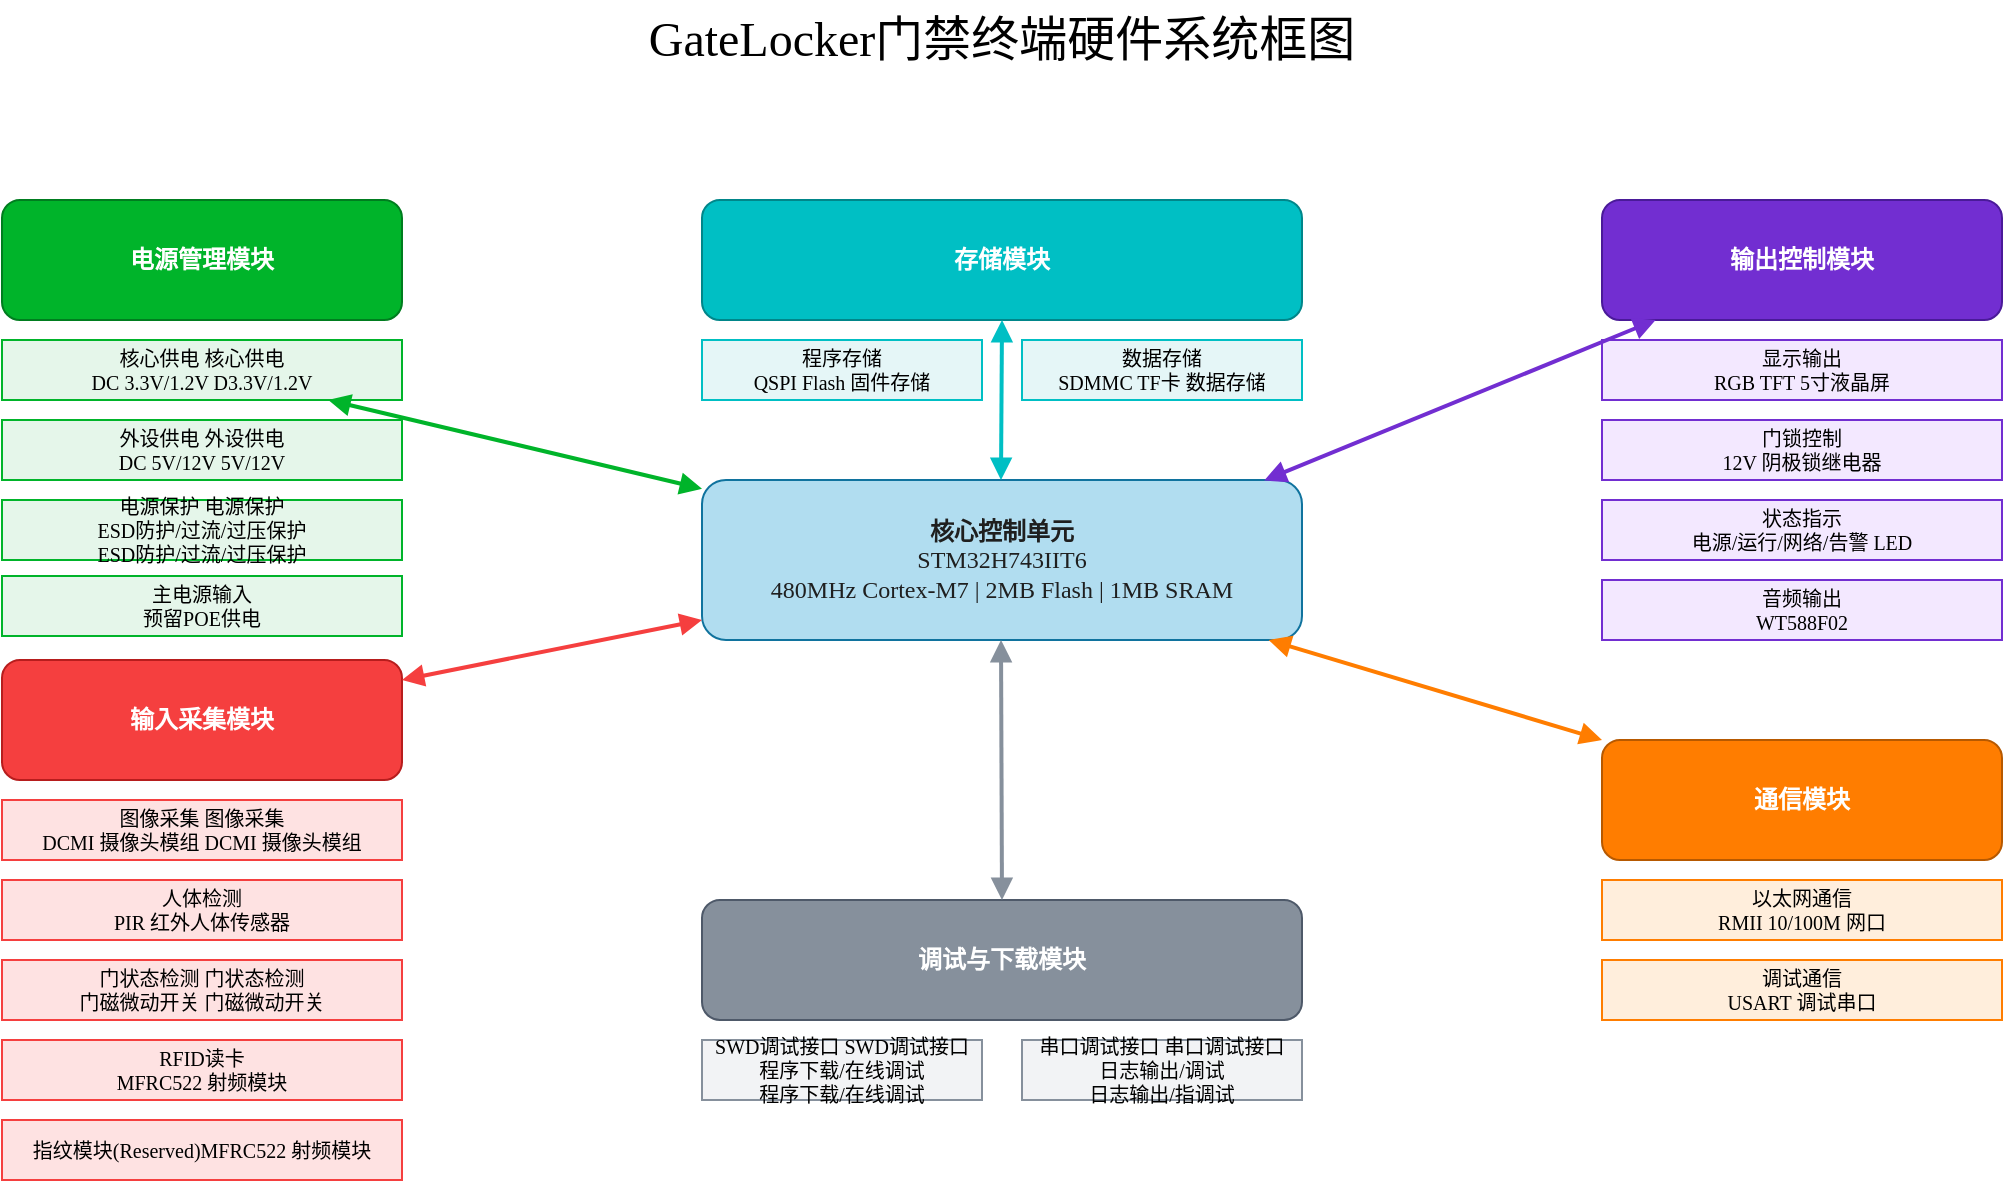
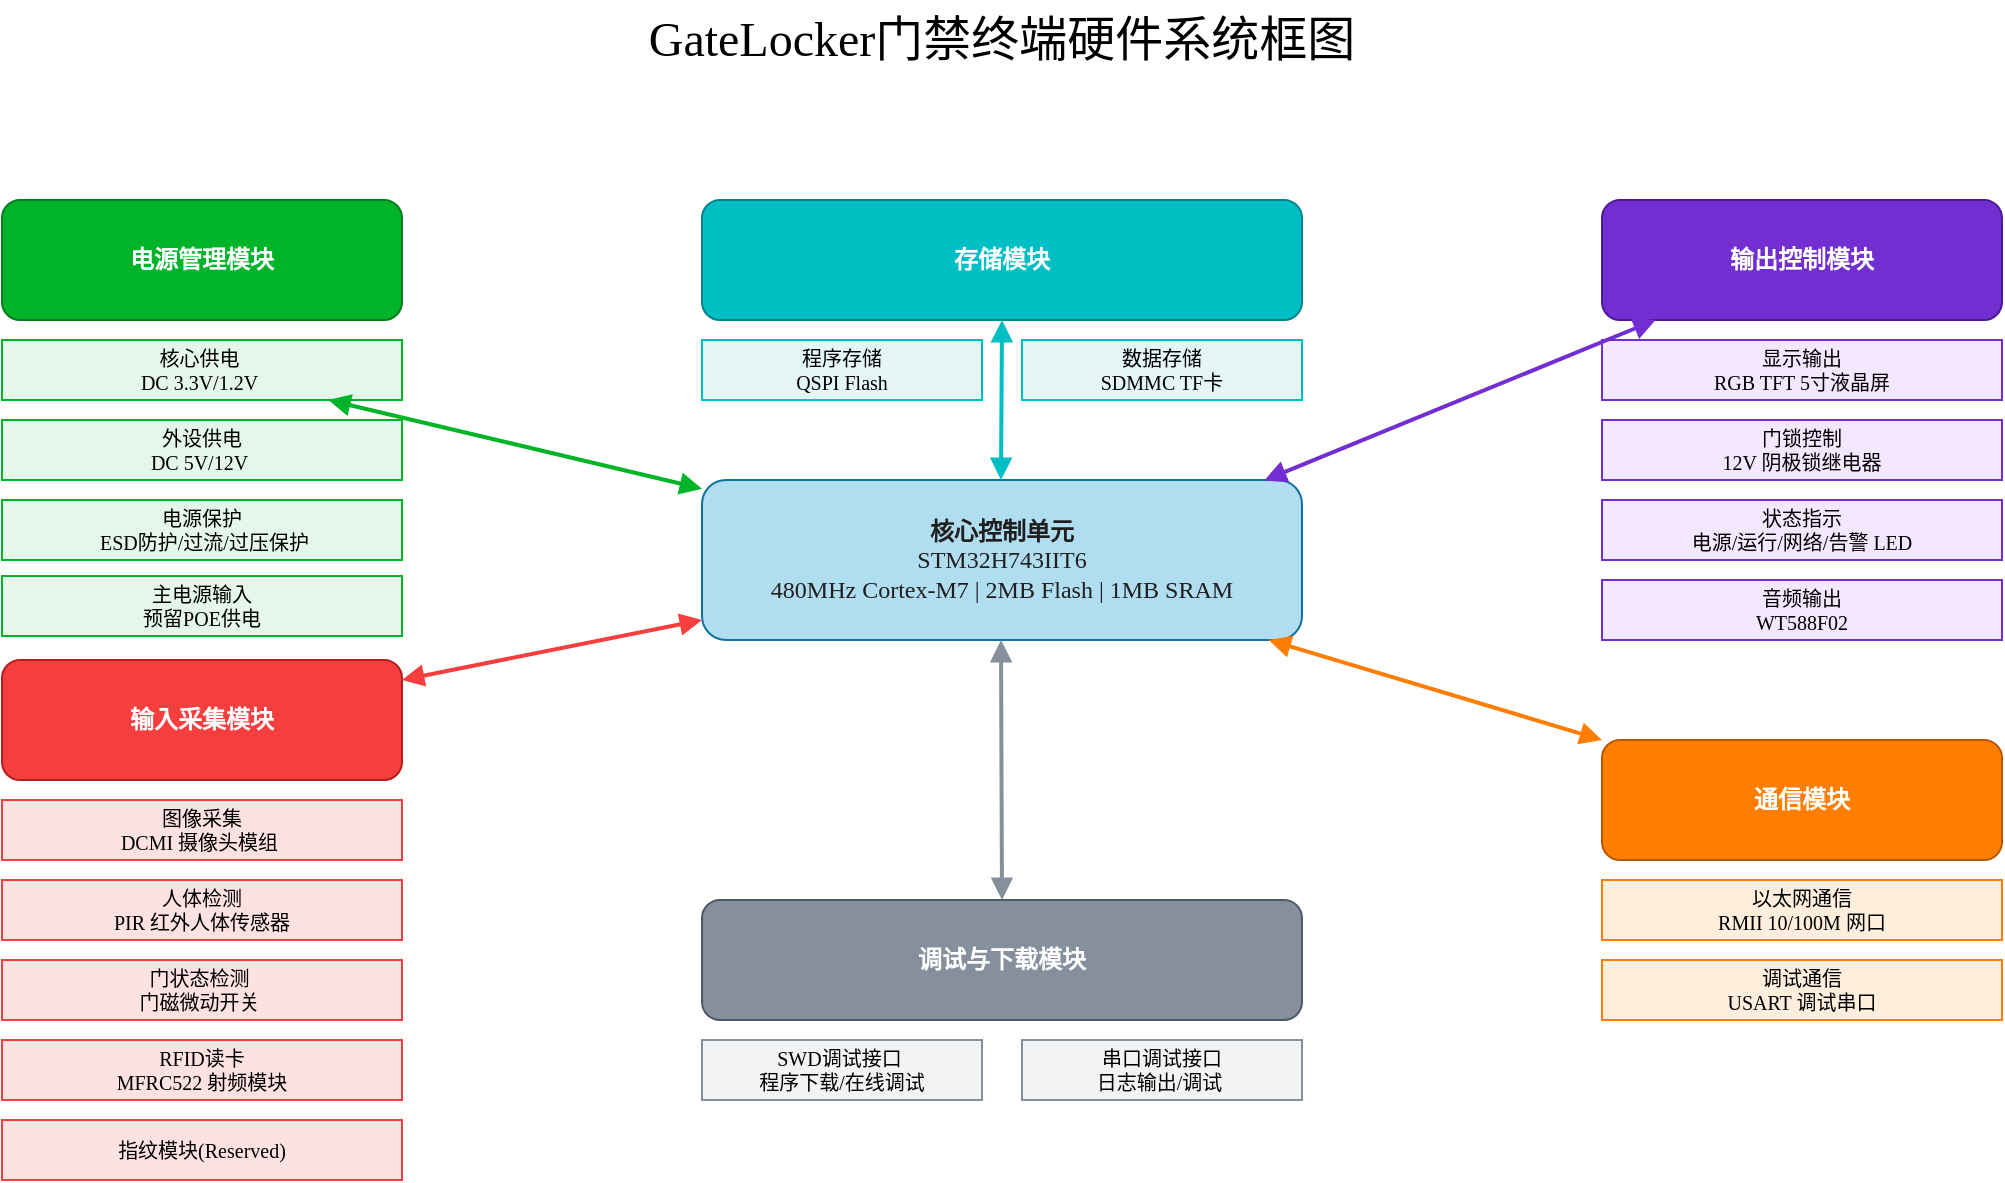
<mxfile host="app.diagrams.net">
  <diagram id="JjUnV6bOo0cUcBlsrNCr" name="GateLocker门禁终端硬件系统框图">
-     <mxGraphModel dx="1571" dy="840" grid="0" gridSize="10" guides="1" tooltips="1" connect="1" arrows="1" fold="1" page="0" pageScale="1" pageWidth="827" pageHeight="1169" math="0" shadow="0">
+     <mxGraphModel dx="1172" dy="637" grid="0" gridSize="10" guides="1" tooltips="1" connect="1" arrows="1" fold="1" page="0" pageScale="1" pageWidth="827" pageHeight="1169" math="0" shadow="0">
      <root>
        <mxCell id="0" />
        <mxCell id="1" parent="0" />
        <mxCell id="EOIqCzflqUVAwcGKjHEf-1" parent="1" style="text;html=1;strokeColor=none;fillColor=none;align=center;verticalAlign=middle;whiteSpace=wrap;rounded=0;fontSize=24;fontWeight=bold;fontFamily=微软雅黑" value="GateLocker门禁终端硬件系统框图" vertex="1">
          <mxGeometry height="40" width="400" x="440" y="60" as="geometry" />
        </mxCell>
        <mxCell id="EOIqCzflqUVAwcGKjHEf-2" parent="1" style="rounded=1;whiteSpace=wrap;html=1;fillColor=#b1ddf0;strokeColor=#10739e;align=center;verticalAlign=middle;fontSize=12;fontFamily=微软雅黑;fontWeight=bold;" value="&lt;span data-doubao-translate-traverse-mark=&quot;1&quot; data-doubao-translate-exclude-mark=&quot;1&quot;&gt;&lt;font style=&quot;color: rgb(31, 31, 31);&quot;&gt;&lt;b data-doubao-translate-traverse-mark=&quot;1&quot; data-doubao-translate-exclude-mark=&quot;1&quot; style=&quot;&quot;&gt;核心控制单元&lt;/b&gt;&lt;br data-doubao-translate-traverse-mark=&quot;1&quot;&gt;STM32H743IIT6&lt;br data-doubao-translate-traverse-mark=&quot;1&quot;&gt;480MHz Cortex-M7 | 2MB Flash | 1MB SRAM&lt;/font&gt;&lt;/span&gt;" vertex="1">
          <mxGeometry height="80" width="300" x="490" y="300" as="geometry" />
        </mxCell>
        <mxCell id="EOIqCzflqUVAwcGKjHEf-3" parent="1" style="rounded=1;whiteSpace=wrap;html=1;fillColor=#00B42A;strokeColor=#007D1F;fontColor=white;align=center;verticalAlign=middle;fontSize=12;fontFamily=微软雅黑;fontWeight=bold" value="&lt;b&gt;电源管理模块&lt;/b&gt;" vertex="1">
          <mxGeometry height="60" width="200" x="140" y="160" as="geometry" />
        </mxCell>
-         <mxCell id="EOIqCzflqUVAwcGKjHEf-4" parent="1" style="rounded=0;whiteSpace=wrap;html=1;fillColor=#E5F6EA;strokeColor=#00B42A;align=center;verticalAlign=middle;fontSize=10;fontFamily=微软雅黑" value="核心供电&lt;font class=&quot;__Cici__translate__ __Cici_translate_similar_text_content__&quot;&gt;&lt;font class=&quot;__Cici_translate_origin_node__&quot; style=&quot;display: none;&quot;&gt;核心供电&lt;/font&gt; &lt;font class=&quot;__Cici_translate_translated_inject_node__&quot; style=&quot;display: inline-block;&quot;&gt;&lt;span&gt;核心供电&lt;/span&gt;&lt;/font&gt;&lt;/font&gt;&lt;br data-doubao-translate-traverse-mark=&quot;1&quot;&gt;DC 3.3V/1.2V&lt;font class=&quot;__Cici__translate__ __Cici_translate_similar_text_content__&quot;&gt;&lt;font class=&quot;__Cici_translate_origin_node__&quot; style=&quot;display: none;&quot;&gt;D3.3V/1.2V&lt;/font&gt; &lt;font class=&quot;__Cici_translate_translated_inject_node__&quot; style=&quot;display: inline-block;&quot;&gt;&lt;span&gt;D3.3V/1.2V&lt;/span&gt;&lt;/font&gt;&lt;/font&gt;" vertex="1">
+         <mxCell id="EOIqCzflqUVAwcGKjHEf-4" parent="1" style="rounded=0;whiteSpace=wrap;html=1;fillColor=#E5F6EA;strokeColor=#00B42A;align=center;verticalAlign=middle;fontSize=10;fontFamily=微软雅黑" value="核心供电&lt;font class=&quot;__Cici__translate__ __Cici_translate_similar_text_content__&quot;&gt;&lt;font class=&quot;__Cici_translate_origin_node__&quot; style=&quot;display: none;&quot;&gt;核心供电&lt;/font&gt;&amp;nbsp;&lt;/font&gt;&lt;br data-doubao-translate-traverse-mark=&quot;1&quot;&gt;DC 3.3V/1.2V&lt;font class=&quot;__Cici__translate__ __Cici_translate_similar_text_content__&quot;&gt;&lt;font class=&quot;__Cici_translate_origin_node__&quot; style=&quot;display: none;&quot;&gt;D3.3V/1.2V&lt;/font&gt;&amp;nbsp;&lt;/font&gt;" vertex="1">
          <mxGeometry height="30" width="200" x="140" y="230" as="geometry" />
        </mxCell>
-         <mxCell id="EOIqCzflqUVAwcGKjHEf-5" parent="1" style="rounded=0;whiteSpace=wrap;html=1;fillColor=#E5F6EA;strokeColor=#00B42A;align=center;verticalAlign=middle;fontSize=10;fontFamily=微软雅黑" value="外设供电&lt;font class=&quot;__Cici__translate__ __Cici_translate_similar_text_content__&quot;&gt;&lt;font class=&quot;__Cici_translate_origin_node__&quot; style=&quot;display: none;&quot;&gt;外设供电&lt;/font&gt; &lt;font class=&quot;__Cici_translate_translated_inject_node__&quot; style=&quot;display: inline-block;&quot;&gt;&lt;span&gt;外设供电&lt;/span&gt;&lt;/font&gt;&lt;/font&gt;&lt;br data-doubao-translate-traverse-mark=&quot;1&quot;&gt;DC 5V/12V&lt;font class=&quot;__Cici__translate__ __Cici_translate_similar_text_content__&quot;&gt; &lt;font class=&quot;__Cici_translate_translated_inject_node__&quot; style=&quot;display: inline-block;&quot;&gt;&lt;span&gt;5V/12V&lt;/span&gt;&lt;/font&gt;&lt;/font&gt;" vertex="1">
+         <mxCell id="EOIqCzflqUVAwcGKjHEf-5" parent="1" style="rounded=0;whiteSpace=wrap;html=1;fillColor=#E5F6EA;strokeColor=#00B42A;align=center;verticalAlign=middle;fontSize=10;fontFamily=微软雅黑" value="外设供电&lt;br data-doubao-translate-traverse-mark=&quot;1&quot;&gt;DC 5V/12V&lt;font class=&quot;__Cici__translate__ __Cici_translate_similar_text_content__&quot;&gt;&amp;nbsp;&lt;/font&gt;" vertex="1">
          <mxGeometry height="30" width="200" x="140" y="270" as="geometry" />
        </mxCell>
-         <mxCell id="EOIqCzflqUVAwcGKjHEf-6" parent="1" style="rounded=0;whiteSpace=wrap;html=1;fillColor=#E5F6EA;strokeColor=#00B42A;align=center;verticalAlign=middle;fontSize=10;fontFamily=微软雅黑" value="电源保护&lt;font class=&quot;__Cici__translate__ __Cici_translate_similar_text_content__&quot;&gt;&lt;font class=&quot;__Cici_translate_origin_node__&quot; style=&quot;display: none;&quot;&gt;电源保护&lt;/font&gt; &lt;font class=&quot;__Cici_translate_translated_inject_node__&quot; style=&quot;display: inline-block;&quot;&gt;&lt;span&gt;电源保护&lt;/span&gt;&lt;/font&gt;&lt;/font&gt;&lt;br data-doubao-translate-traverse-mark=&quot;1&quot;&gt;ESD防护/过流/过压保护&lt;font class=&quot;__Cici__translate__ __Cici_translate_similar_text_content__&quot;&gt;&lt;font class=&quot;__Cici_translate_origin_node__&quot; style=&quot;display: none;&quot;&gt;ESD防护/过流/过压保护&lt;/font&gt; &lt;font class=&quot;__Cici_translate_translated_inject_node__&quot; style=&quot;display: inline-block;&quot;&gt;&lt;span&gt;ESD防护/过流/过压保护&lt;/span&gt;&lt;/font&gt;&lt;/font&gt;" vertex="1">
+         <mxCell id="EOIqCzflqUVAwcGKjHEf-6" parent="1" style="rounded=0;whiteSpace=wrap;html=1;fillColor=#E5F6EA;strokeColor=#00B42A;align=center;verticalAlign=middle;fontSize=10;fontFamily=微软雅黑" value="电源保护&lt;br data-doubao-translate-traverse-mark=&quot;1&quot;&gt;&lt;font class=&quot;__Cici__translate__ __Cici_translate_similar_text_content__&quot;&gt;&amp;nbsp;&lt;font class=&quot;__Cici_translate_translated_inject_node__&quot; style=&quot;display: inline-block;&quot;&gt;&lt;span&gt;ESD防护/过流/过压保护&lt;/span&gt;&lt;/font&gt;&lt;/font&gt;" vertex="1">
          <mxGeometry height="30" width="200" x="140" y="310" as="geometry" />
        </mxCell>
        <mxCell id="EOIqCzflqUVAwcGKjHEf-7" parent="1" style="rounded=1;whiteSpace=wrap;html=1;fillColor=#F53F3F;strokeColor=#B71D1D;fontColor=white;align=center;verticalAlign=middle;fontSize=12;fontFamily=微软雅黑;fontWeight=bold" value="&lt;b&gt;输入采集模块&lt;/b&gt;" vertex="1">
          <mxGeometry height="60" width="200" x="140" y="390" as="geometry" />
        </mxCell>
-         <mxCell id="EOIqCzflqUVAwcGKjHEf-8" parent="1" style="rounded=0;whiteSpace=wrap;html=1;fillColor=#FEE2E2;strokeColor=#F53F3F;align=center;verticalAlign=middle;fontSize=10;fontFamily=微软雅黑" value="图像采集&lt;font class=&quot;__Cici__translate__ __Cici_translate_similar_text_content__&quot;&gt;&lt;font class=&quot;__Cici_translate_origin_node__&quot; style=&quot;display: none;&quot;&gt;图像采集&lt;/font&gt; &lt;font class=&quot;__Cici_translate_translated_inject_node__&quot; style=&quot;display: inline-block;&quot;&gt;&lt;span&gt;图像采集&lt;/span&gt;&lt;/font&gt;&lt;/font&gt;&lt;br data-doubao-translate-traverse-mark=&quot;1&quot;&gt;DCMI 摄像头模组&lt;font class=&quot;__Cici__translate__ __Cici_translate_similar_text_content__&quot;&gt;&lt;font class=&quot;__Cici_translate_origin_node__&quot; style=&quot;display: none;&quot;&gt;DCMI 摄像头模组&lt;/font&gt; &lt;font class=&quot;__Cici_translate_translated_inject_node__&quot; style=&quot;display: inline-block;&quot;&gt;&lt;span&gt;DCMI 摄像头模组&lt;/span&gt;&lt;/font&gt;&lt;/font&gt;" vertex="1">
+         <mxCell id="EOIqCzflqUVAwcGKjHEf-8" parent="1" style="rounded=0;whiteSpace=wrap;html=1;fillColor=#FEE2E2;strokeColor=#F53F3F;align=center;verticalAlign=middle;fontSize=10;fontFamily=微软雅黑" value="图像采集&lt;br data-doubao-translate-traverse-mark=&quot;1&quot;&gt;DCMI 摄像头模组&lt;font class=&quot;__Cici__translate__ __Cici_translate_similar_text_content__&quot;&gt;&lt;font class=&quot;__Cici_translate_origin_node__&quot; style=&quot;display: none;&quot;&gt;DCMI 摄像头模组&lt;/font&gt;&amp;nbsp;&lt;/font&gt;" vertex="1">
          <mxGeometry height="30" width="200" x="140" y="460" as="geometry" />
        </mxCell>
        <mxCell id="EOIqCzflqUVAwcGKjHEf-9" parent="1" style="rounded=0;whiteSpace=wrap;html=1;fillColor=#FEE2E2;strokeColor=#F53F3F;align=center;verticalAlign=middle;fontSize=10;fontFamily=微软雅黑" value="人体检测&lt;br&gt;PIR 红外人体传感器" vertex="1">
          <mxGeometry height="30" width="200" x="140" y="500" as="geometry" />
        </mxCell>
-         <mxCell id="EOIqCzflqUVAwcGKjHEf-10" parent="1" style="rounded=0;whiteSpace=wrap;html=1;fillColor=#FEE2E2;strokeColor=#F53F3F;align=center;verticalAlign=middle;fontSize=10;fontFamily=微软雅黑" value="门状态检测&lt;font class=&quot;__Cici__translate__ __Cici_translate_similar_text_content__&quot;&gt;&lt;font class=&quot;__Cici_translate_origin_node__&quot; style=&quot;display: none;&quot;&gt;门状态检测&lt;/font&gt; &lt;font class=&quot;__Cici_translate_translated_inject_node__&quot; style=&quot;display: inline-block;&quot;&gt;&lt;span&gt;门状态检测&lt;/span&gt;&lt;/font&gt;&lt;/font&gt;&lt;br data-doubao-translate-traverse-mark=&quot;1&quot;&gt;门磁微动开关&lt;font class=&quot;__Cici__translate__ __Cici_translate_similar_text_content__&quot;&gt;&lt;font class=&quot;__Cici_translate_origin_node__&quot; style=&quot;display: none;&quot;&gt;门磁微动开关&lt;/font&gt; &lt;font class=&quot;__Cici_translate_translated_inject_node__&quot; style=&quot;display: inline-block;&quot;&gt;&lt;span&gt;门磁微动开关&lt;/span&gt;&lt;/font&gt;&lt;/font&gt;" vertex="1">
+         <mxCell id="EOIqCzflqUVAwcGKjHEf-10" parent="1" style="rounded=0;whiteSpace=wrap;html=1;fillColor=#FEE2E2;strokeColor=#F53F3F;align=center;verticalAlign=middle;fontSize=10;fontFamily=微软雅黑" value="门状态检测&lt;font class=&quot;__Cici__translate__ __Cici_translate_similar_text_content__&quot;&gt;&lt;font class=&quot;__Cici_translate_origin_node__&quot; style=&quot;display: none;&quot;&gt;门状态检测&lt;/font&gt;&amp;nbsp;&lt;/font&gt;&lt;br data-doubao-translate-traverse-mark=&quot;1&quot;&gt;门磁微动开关&lt;font class=&quot;__Cici__translate__ __Cici_translate_similar_text_content__&quot;&gt;&lt;font class=&quot;__Cici_translate_origin_node__&quot; style=&quot;display: none;&quot;&gt;门磁微动开关&lt;/font&gt;&amp;nbsp;&lt;/font&gt;" vertex="1">
          <mxGeometry height="30" width="200" x="140" y="540" as="geometry" />
        </mxCell>
        <mxCell id="EOIqCzflqUVAwcGKjHEf-11" parent="1" style="rounded=0;whiteSpace=wrap;html=1;fillColor=#FEE2E2;strokeColor=#F53F3F;align=center;verticalAlign=middle;fontSize=10;fontFamily=微软雅黑" value="RFID读卡&lt;br&gt;MFRC522 射频模块" vertex="1">
          <mxGeometry height="30" width="200" x="140" y="580" as="geometry" />
        </mxCell>
        <mxCell id="EOIqCzflqUVAwcGKjHEf-12" parent="1" style="rounded=1;whiteSpace=wrap;html=1;fillColor=#722ED1;strokeColor=#4A1A99;fontColor=white;align=center;verticalAlign=middle;fontSize=12;fontFamily=微软雅黑;fontWeight=bold" value="&lt;b&gt;输出控制模块&lt;/b&gt;" vertex="1">
          <mxGeometry height="60" width="200" x="940" y="160" as="geometry" />
        </mxCell>
        <mxCell id="EOIqCzflqUVAwcGKjHEf-13" parent="1" style="rounded=0;whiteSpace=wrap;html=1;fillColor=#F3E8FF;strokeColor=#722ED1;align=center;verticalAlign=middle;fontSize=10;fontFamily=微软雅黑" value="显示输出&lt;br&gt;RGB TFT 5寸液晶屏" vertex="1">
          <mxGeometry height="30" width="200" x="940" y="230" as="geometry" />
        </mxCell>
        <mxCell id="EOIqCzflqUVAwcGKjHEf-14" parent="1" style="rounded=0;whiteSpace=wrap;html=1;fillColor=#F3E8FF;strokeColor=#722ED1;align=center;verticalAlign=middle;fontSize=10;fontFamily=微软雅黑" value="门锁控制&lt;br&gt;12V 阴极锁继电器" vertex="1">
          <mxGeometry height="30" width="200" x="940" y="270" as="geometry" />
        </mxCell>
        <mxCell id="EOIqCzflqUVAwcGKjHEf-15" parent="1" style="rounded=0;whiteSpace=wrap;html=1;fillColor=#F3E8FF;strokeColor=#722ED1;align=center;verticalAlign=middle;fontSize=10;fontFamily=微软雅黑" value="状态指示&lt;br&gt;电源/运行/网络/告警 LED" vertex="1">
          <mxGeometry height="30" width="200" x="940" y="310" as="geometry" />
        </mxCell>
        <mxCell id="EOIqCzflqUVAwcGKjHEf-16" parent="1" style="rounded=0;whiteSpace=wrap;html=1;fillColor=#F3E8FF;strokeColor=#722ED1;align=center;verticalAlign=middle;fontSize=10;fontFamily=微软雅黑" value="音频输出&lt;font class=&quot;__Cici__translate__&quot; data-translating=&quot;true&quot;&gt;&lt;font class=&quot;__Cici_translate_origin_node__&quot; style=&quot;display: none;&quot;&gt;音频输出&lt;/font&gt;&lt;font class=&quot;__Cici_translate_loading__&quot; style=&quot;display: inline-block;&quot;&gt;&lt;i class=&quot;__Cici_translate_loading_inner__&quot;&gt;&lt;/i&gt;&lt;/font&gt;&lt;/font&gt;&lt;div data-doubao-translate-traverse-mark=&quot;1&quot;&gt;&lt;/div&gt;&lt;div data-doubao-translate-traverse-mark=&quot;1&quot; data-doubao-translate-exclude-mark=&quot;1&quot;&gt;WT588F02&lt;/div&gt;" vertex="1">
          <mxGeometry height="30" width="200" x="940" y="350" as="geometry" />
        </mxCell>
        <mxCell id="EOIqCzflqUVAwcGKjHEf-17" parent="1" style="rounded=1;whiteSpace=wrap;html=1;fillColor=#FF7D00;strokeColor=#B75900;fontColor=white;align=center;verticalAlign=middle;fontSize=12;fontFamily=微软雅黑;fontWeight=bold" value="&lt;b&gt;通信模块&lt;/b&gt;" vertex="1">
          <mxGeometry height="60" width="200" x="940" y="430" as="geometry" />
        </mxCell>
        <mxCell id="EOIqCzflqUVAwcGKjHEf-18" parent="1" style="rounded=0;whiteSpace=wrap;html=1;fillColor=#FFEEDC;strokeColor=#FF7D00;align=center;verticalAlign=middle;fontSize=10;fontFamily=微软雅黑" value="以太网通信&lt;br&gt;RMII 10/100M 网口" vertex="1">
          <mxGeometry height="30" width="200" x="940" y="500" as="geometry" />
        </mxCell>
        <mxCell id="EOIqCzflqUVAwcGKjHEf-19" parent="1" style="rounded=0;whiteSpace=wrap;html=1;fillColor=#FFEEDC;strokeColor=#FF7D00;align=center;verticalAlign=middle;fontSize=10;fontFamily=微软雅黑" value="调试通信&lt;br&gt;USART 调试串口" vertex="1">
          <mxGeometry height="30" width="200" x="940" y="540" as="geometry" />
        </mxCell>
        <mxCell id="EOIqCzflqUVAwcGKjHEf-20" parent="1" style="rounded=1;whiteSpace=wrap;html=1;fillColor=#00BFC4;strokeColor=#00868A;fontColor=white;align=center;verticalAlign=middle;fontSize=12;fontFamily=微软雅黑;fontWeight=bold" value="&lt;b&gt;存储模块&lt;/b&gt;" vertex="1">
          <mxGeometry height="60" width="300" x="490" y="160" as="geometry" />
        </mxCell>
-         <mxCell id="EOIqCzflqUVAwcGKjHEf-21" parent="1" style="rounded=0;whiteSpace=wrap;html=1;fillColor=#E5F6F7;strokeColor=#00BFC4;align=center;verticalAlign=middle;fontSize=10;fontFamily=微软雅黑" value="程序存储&lt;br&gt;QSPI Flash 固件存储" vertex="1">
+         <mxCell id="EOIqCzflqUVAwcGKjHEf-21" parent="1" style="rounded=0;whiteSpace=wrap;html=1;fillColor=#E5F6F7;strokeColor=#00BFC4;align=center;verticalAlign=middle;fontSize=10;fontFamily=微软雅黑" value="程序存储&lt;br&gt;QSPI Flash" vertex="1">
          <mxGeometry height="30" width="140" x="490" y="230" as="geometry" />
        </mxCell>
-         <mxCell id="EOIqCzflqUVAwcGKjHEf-22" parent="1" style="rounded=0;whiteSpace=wrap;html=1;fillColor=#E5F6F7;strokeColor=#00BFC4;align=center;verticalAlign=middle;fontSize=10;fontFamily=微软雅黑" value="数据存储&lt;br&gt;SDMMC TF卡 数据存储" vertex="1">
+         <mxCell id="EOIqCzflqUVAwcGKjHEf-22" parent="1" style="rounded=0;whiteSpace=wrap;html=1;fillColor=#E5F6F7;strokeColor=#00BFC4;align=center;verticalAlign=middle;fontSize=10;fontFamily=微软雅黑" value="数据存储&lt;br&gt;SDMMC TF卡" vertex="1">
          <mxGeometry height="30" width="140" x="650" y="230" as="geometry" />
        </mxCell>
        <mxCell id="EOIqCzflqUVAwcGKjHEf-23" parent="1" style="rounded=1;whiteSpace=wrap;html=1;fillColor=#86909C;strokeColor=#4E5969;fontColor=white;align=center;verticalAlign=middle;fontSize=12;fontFamily=微软雅黑;fontWeight=bold" value="&lt;b&gt;调试与下载模块&lt;/b&gt;" vertex="1">
          <mxGeometry height="60" width="300" x="490" y="510" as="geometry" />
        </mxCell>
-         <mxCell id="EOIqCzflqUVAwcGKjHEf-24" parent="1" style="rounded=0;whiteSpace=wrap;html=1;fillColor=#F2F3F5;strokeColor=#86909C;align=center;verticalAlign=middle;fontSize=10;fontFamily=微软雅黑" value="SWD调试接口&lt;font class=&quot;__Cici__translate__ __Cici_translate_similar_text_content__&quot;&gt;&lt;font class=&quot;__Cici_translate_origin_node__&quot; style=&quot;display: none;&quot;&gt;SWD调试接口&lt;/font&gt; &lt;font class=&quot;__Cici_translate_translated_inject_node__&quot; style=&quot;display: inline-block;&quot;&gt;&lt;span&gt;SWD调试接口&lt;/span&gt;&lt;/font&gt;&lt;/font&gt;&lt;br data-doubao-translate-traverse-mark=&quot;1&quot;&gt;程序下载/在线调试&lt;font class=&quot;__Cici__translate__ __Cici_translate_similar_text_content__&quot;&gt;&lt;font class=&quot;__Cici_translate_origin_node__&quot; style=&quot;display: none;&quot;&gt;程序下载/在线调试&lt;/font&gt; &lt;font class=&quot;__Cici_translate_translated_inject_node__&quot; style=&quot;display: inline-block;&quot;&gt;&lt;span&gt;程序下载/在线调试&lt;/span&gt;&lt;/font&gt;&lt;/font&gt;" vertex="1">
+         <mxCell id="EOIqCzflqUVAwcGKjHEf-24" parent="1" style="rounded=0;whiteSpace=wrap;html=1;fillColor=#F2F3F5;strokeColor=#86909C;align=center;verticalAlign=middle;fontSize=10;fontFamily=微软雅黑" value="SWD调试接口&lt;font class=&quot;__Cici__translate__ __Cici_translate_similar_text_content__&quot;&gt;&lt;font class=&quot;__Cici_translate_origin_node__&quot; style=&quot;display: none;&quot;&gt;SWD调试接口&lt;/font&gt;&amp;nbsp;&lt;/font&gt;&lt;br data-doubao-translate-traverse-mark=&quot;1&quot;&gt;程序下载/在线调试" vertex="1">
          <mxGeometry height="30" width="140" x="490" y="580" as="geometry" />
        </mxCell>
-         <mxCell id="EOIqCzflqUVAwcGKjHEf-25" parent="1" style="rounded=0;whiteSpace=wrap;html=1;fillColor=#F2F3F5;strokeColor=#86909C;align=center;verticalAlign=middle;fontSize=10;fontFamily=微软雅黑" value="串口调试接口&lt;font class=&quot;__Cici__translate__ __Cici_translate_similar_text_content__&quot;&gt;&lt;font class=&quot;__Cici_translate_origin_node__&quot; style=&quot;display: none;&quot;&gt;串口调试接口&lt;/font&gt; &lt;font class=&quot;__Cici_translate_translated_inject_node__&quot; style=&quot;display: inline-block;&quot;&gt;&lt;span&gt;串口调试接口&lt;/span&gt;&lt;/font&gt;&lt;/font&gt;&lt;br data-doubao-translate-traverse-mark=&quot;1&quot;&gt;日志输出/调试&lt;font class=&quot;__Cici__translate__ __Cici_translate_similar_text_content__&quot;&gt;&lt;font class=&quot;__Cici_translate_origin_node__&quot; style=&quot;display: none;&quot;&gt;日志输出/指调试&lt;/font&gt; &lt;font class=&quot;__Cici_translate_translated_inject_node__&quot; style=&quot;display: inline-block;&quot;&gt;&lt;span&gt;日志输出/指调试&lt;/span&gt;&lt;/font&gt;&lt;/font&gt;" vertex="1">
+         <mxCell id="EOIqCzflqUVAwcGKjHEf-25" parent="1" style="rounded=0;whiteSpace=wrap;html=1;fillColor=#F2F3F5;strokeColor=#86909C;align=center;verticalAlign=middle;fontSize=10;fontFamily=微软雅黑" value="串口调试接口&lt;br data-doubao-translate-traverse-mark=&quot;1&quot;&gt;日志输出/调试&lt;font class=&quot;__Cici__translate__ __Cici_translate_similar_text_content__&quot;&gt;&lt;font class=&quot;__Cici_translate_origin_node__&quot; style=&quot;display: none;&quot;&gt;日志输出/指调试&lt;/font&gt;&amp;nbsp;&lt;/font&gt;" vertex="1">
          <mxGeometry height="30" width="140" x="650" y="580" as="geometry" />
        </mxCell>
        <mxCell id="EOIqCzflqUVAwcGKjHEf-26" edge="1" parent="1" source="EOIqCzflqUVAwcGKjHEf-4" style="endArrow=block;html=1;strokeWidth=2;strokeColor=#00B42A;startArrow=block;startFill=1;" target="EOIqCzflqUVAwcGKjHEf-2" value="">
          <mxGeometry relative="1" as="geometry" />
        </mxCell>
        <mxCell id="EOIqCzflqUVAwcGKjHEf-27" edge="1" parent="1" source="EOIqCzflqUVAwcGKjHEf-7" style="endArrow=block;html=1;strokeWidth=2;strokeColor=#F53F3F;startArrow=block;startFill=1;" target="EOIqCzflqUVAwcGKjHEf-2" value="">
          <mxGeometry relative="1" as="geometry" />
        </mxCell>
        <mxCell id="EOIqCzflqUVAwcGKjHEf-28" edge="1" parent="1" source="EOIqCzflqUVAwcGKjHEf-2" style="endArrow=block;html=1;strokeWidth=2;strokeColor=#722ED1;startArrow=block;startFill=1;exitX=0.937;exitY=0.003;exitDx=0;exitDy=0;exitPerimeter=0;" target="EOIqCzflqUVAwcGKjHEf-12" value="">
          <mxGeometry relative="1" as="geometry">
            <mxPoint x="771" y="295" as="sourcePoint" />
          </mxGeometry>
        </mxCell>
        <mxCell id="EOIqCzflqUVAwcGKjHEf-29" edge="1" parent="1" source="EOIqCzflqUVAwcGKjHEf-2" style="endArrow=block;html=1;strokeWidth=2;strokeColor=#FF7D00;startArrow=block;startFill=1;" target="EOIqCzflqUVAwcGKjHEf-17" value="">
          <mxGeometry relative="1" as="geometry" />
        </mxCell>
        <mxCell id="EOIqCzflqUVAwcGKjHEf-30" edge="1" parent="1" source="EOIqCzflqUVAwcGKjHEf-20" style="endArrow=block;html=1;strokeWidth=2;strokeColor=#00BFC4;startArrow=block;startFill=1;exitX=0.5;exitY=1;exitDx=0;exitDy=0;" value="">
          <mxGeometry relative="1" as="geometry">
            <mxPoint x="639.5" y="250" as="sourcePoint" />
            <mxPoint x="639.5" y="300" as="targetPoint" />
          </mxGeometry>
        </mxCell>
        <mxCell id="EOIqCzflqUVAwcGKjHEf-31" edge="1" parent="1" style="endArrow=block;html=1;strokeWidth=2;strokeColor=#86909C;startArrow=block;startFill=1;" value="">
          <mxGeometry relative="1" as="geometry">
            <mxPoint x="639.5" y="380" as="sourcePoint" />
            <mxPoint x="640" y="510" as="targetPoint" />
          </mxGeometry>
        </mxCell>
-         <mxCell id="EOIqCzflqUVAwcGKjHEf-32" parent="1" style="rounded=0;whiteSpace=wrap;html=1;fillColor=#FEE2E2;strokeColor=#F53F3F;align=center;verticalAlign=middle;fontSize=10;fontFamily=微软雅黑" value="指纹模块(Reserved)&lt;font class=&quot;__Cici__translate__ __Cici_translate_similar_text_content__&quot;&gt;&lt;font class=&quot;__Cici_translate_origin_node__&quot; style=&quot;display: none;&quot;&gt;MFRC522 射频模块&lt;/font&gt;&lt;font class=&quot;__Cici_translate_translated_inject_node__&quot; style=&quot;display: inline-block;&quot;&gt;&lt;span&gt;MFRC522 射频模块&lt;/span&gt;&lt;/font&gt;&lt;/font&gt;" vertex="1">
+         <mxCell id="EOIqCzflqUVAwcGKjHEf-32" parent="1" style="rounded=0;whiteSpace=wrap;html=1;fillColor=#FEE2E2;strokeColor=#F53F3F;align=center;verticalAlign=middle;fontSize=10;fontFamily=微软雅黑" value="指纹模块(Reserved)" vertex="1">
          <mxGeometry height="30" width="200" x="140" y="620" as="geometry" />
        </mxCell>
        <mxCell id="r4jLRtohh7AFSdW0hNlP-1" parent="1" style="rounded=0;whiteSpace=wrap;html=1;fillColor=#E5F6EA;strokeColor=#00B42A;align=center;verticalAlign=middle;fontSize=10;fontFamily=微软雅黑" value="主电源输入&lt;font class=&quot;__Cici__translate__&quot; data-translating=&quot;true&quot;&gt;&lt;font class=&quot;__Cici_translate_origin_node__&quot; style=&quot;display: none;&quot;&gt;主电源输入&lt;/font&gt;&lt;font class=&quot;__Cici_translate_loading__&quot; style=&quot;display: inline-block;&quot;&gt;&lt;i class=&quot;__Cici_translate_loading_inner__&quot;&gt;&lt;/i&gt;&lt;/font&gt;&lt;/font&gt;&lt;div data-doubao-translate-traverse-mark=&quot;1&quot;&gt;预留POE供电&lt;/div&gt;" vertex="1">
          <mxGeometry height="30" width="200" x="140" y="348" as="geometry" />
        </mxCell>
      </root>
    </mxGraphModel>
  </diagram>
</mxfile>
